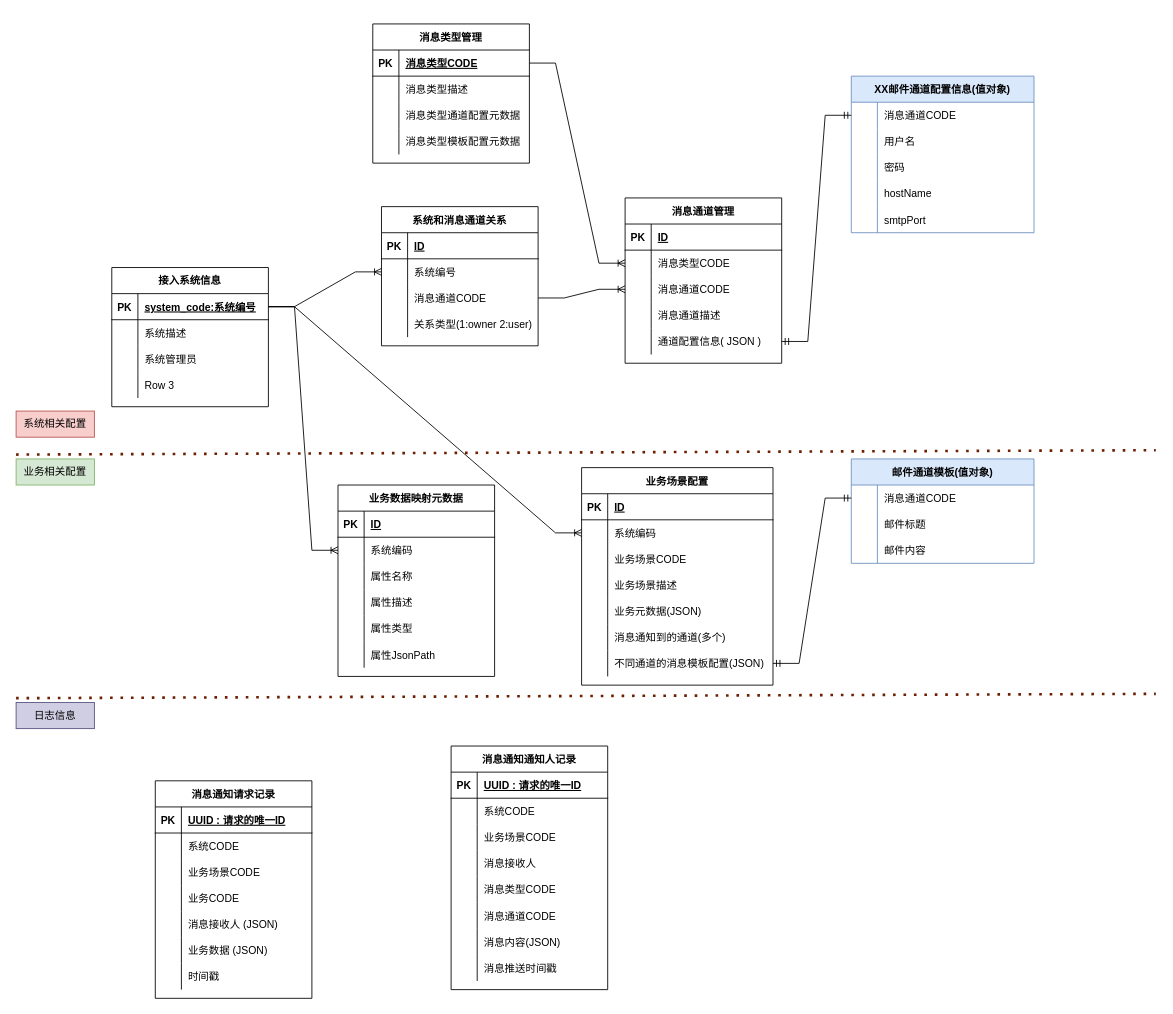
shixw/drawio-depository keeps this draw.io diagram as page "数据ER" (2 of 5) of 聚合消息通知平台.drawio. Above is the earlier version. Source tidied: cells renumbered, new cells numbered last; positions are measured from the earlier drawing's top-left corner, leaving out a move shared by most shapes. Both pictures are drawn from the tidied source at 87%, with x=0, y=0 at pixel (16, 23).
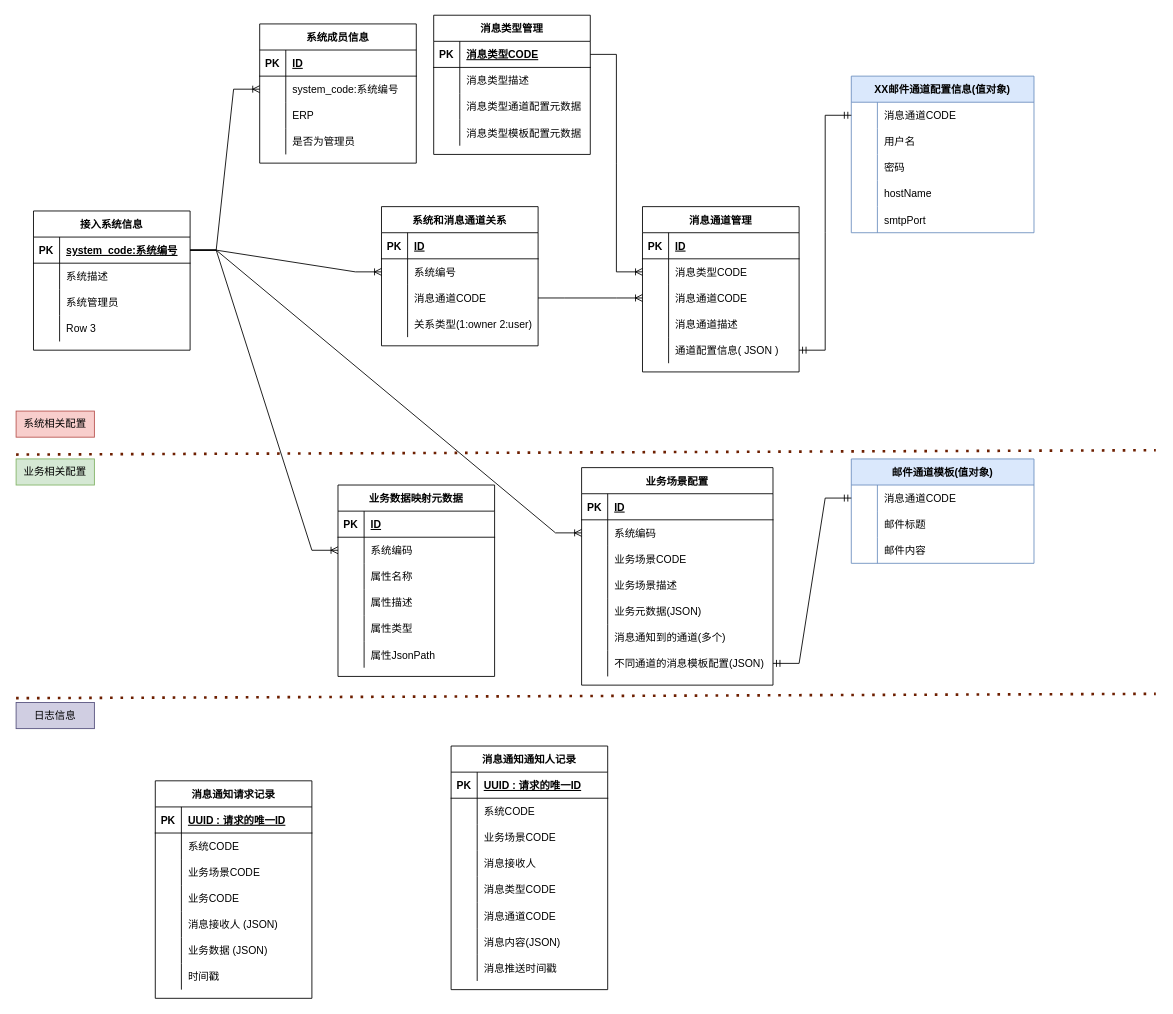
After the change.

Commit message:
更新聚合消息通知平台.drawio

Unchanged cells that the change refers to:
```xml
<mxCell id="3" style="shape=tableRow;horizontal=0;startSize=0;swimlaneHead=0;swimlaneBody=0;fillColor=none;points=[[0,0.5],[1,0.5]];portConstraint=eastwest;top=0;left=0;right=0;bottom=1;" parent="2" vertex="1">
  <mxGeometry y="30" width="180" height="30" as="geometry" />
</mxCell>
```

The edit, as a diff of the source:
```diff
@@
     <mxCell id="2" value="接入系统信息" style="shape=table;startSize=30;childLayout=tableLayout;rowLines=0;fontStyle=1;align=center;" parent="1" vertex="1">
-      <mxGeometry x="110" y="280" width="180" height="160" as="geometry" />
+      <mxGeometry x="20" y="215" width="180" height="160" as="geometry" />
     </mxCell>
@@
     <mxCell id="15" value="消息类型管理" style="shape=table;startSize=30;childLayout=tableLayout;rowLines=0;fontStyle=1;align=center;" parent="1" vertex="1">
-      <mxGeometry x="410" width="180" height="160" as="geometry" />
+      <mxGeometry x="480" y="-10" width="180" height="160" as="geometry" />
     </mxCell>
@@
     <mxCell id="31" value="消息通道管理" style="shape=table;startSize=30;childLayout=tableLayout;rowLines=0;fontStyle=1;align=center;" parent="1" vertex="1">
-      <mxGeometry x="700" y="200" width="180" height="190" as="geometry" />
+      <mxGeometry x="720" y="210" width="180" height="190" as="geometry" />
     </mxCell>
@@
+    <mxCell id="183" value="系统成员信息" style="shape=table;startSize=30;childLayout=tableLayout;rowLines=0;fontStyle=1;align=center;" parent="1" vertex="1">
+      <mxGeometry x="280" width="180" height="160" as="geometry" />
+    </mxCell>
+    <mxCell id="184" style="shape=tableRow;horizontal=0;startSize=0;swimlaneHead=0;swimlaneBody=0;fillColor=none;top=0;left=0;right=0;bottom=1;" parent="183" vertex="1">
+      <mxGeometry y="30" width="180" height="30" as="geometry" />
+    </mxCell>
+    <mxCell id="185" value="PK" style="shape=partialRectangle;fillColor=none;top=0;left=0;bottom=0;right=0;fontStyle=1;overflow=hidden;" parent="184" vertex="1">
+      <mxGeometry width="30" height="30" as="geometry" />
+    </mxCell>
+    <mxCell id="186" value="ID" style="shape=partialRectangle;fillColor=none;top=0;left=0;bottom=0;right=0;align=left;spacingLeft=6;fontStyle=5;overflow=hidden;" parent="184" vertex="1">
+      <mxGeometry x="30" width="150" height="30" as="geometry" />
+    </mxCell>
+    <mxCell id="187" style="shape=tableRow;horizontal=0;startSize=0;swimlaneHead=0;swimlaneBody=0;fillColor=none;points=[[0,0.5],[1,0.5]];portConstraint=eastwest;top=0;left=0;right=0;bottom=0;" parent="183" vertex="1">
+      <mxGeometry y="60" width="180" height="30" as="geometry" />
+    </mxCell>
+    <mxCell id="188" style="shape=partialRectangle;fillColor=none;top=0;left=0;bottom=0;right=0;overflow=hidden;" parent="187" vertex="1">
+      <mxGeometry width="30" height="30" as="geometry" />
+    </mxCell>
+    <mxCell id="189" value="system_code:系统编号" style="shape=partialRectangle;fillColor=none;top=0;left=0;bottom=0;right=0;align=left;spacingLeft=6;overflow=hidden;" parent="187" vertex="1">
+      <mxGeometry x="30" width="150" height="30" as="geometry" />
+    </mxCell>
+    <mxCell id="190" style="shape=tableRow;horizontal=0;startSize=0;swimlaneHead=0;swimlaneBody=0;fillColor=none;top=0;left=0;right=0;bottom=0;" parent="183" vertex="1">
+      <mxGeometry y="90" width="180" height="30" as="geometry" />
+    </mxCell>
+    <mxCell id="191" style="shape=partialRectangle;fillColor=none;top=0;left=0;bottom=0;right=0;overflow=hidden;" parent="190" vertex="1">
+      <mxGeometry width="30" height="30" as="geometry" />
+    </mxCell>
+    <mxCell id="192" value="ERP" style="shape=partialRectangle;fillColor=none;top=0;left=0;bottom=0;right=0;align=left;spacingLeft=6;overflow=hidden;" parent="190" vertex="1">
+      <mxGeometry x="30" width="150" height="30" as="geometry" />
+    </mxCell>
+    <mxCell id="193" style="shape=tableRow;horizontal=0;startSize=0;swimlaneHead=0;swimlaneBody=0;fillColor=none;top=0;left=0;right=0;bottom=0;" parent="183" vertex="1">
+      <mxGeometry y="120" width="180" height="30" as="geometry" />
+    </mxCell>
+    <mxCell id="194" style="shape=partialRectangle;fillColor=none;top=0;left=0;bottom=0;right=0;overflow=hidden;" parent="193" vertex="1">
+      <mxGeometry width="30" height="30" as="geometry" />
+    </mxCell>
+    <mxCell id="195" value="是否为管理员" style="shape=partialRectangle;fillColor=none;top=0;left=0;bottom=0;right=0;align=left;spacingLeft=6;overflow=hidden;" parent="193" vertex="1">
+      <mxGeometry x="30" width="150" height="30" as="geometry" />
+    </mxCell>
+    <mxCell id="196" style="edgeStyle=entityRelationEdgeStyle;fontSize=12;html=1;endArrow=ERoneToMany;rounded=0;exitX=1;exitY=0.5;exitDx=0;exitDy=0;entryX=0;entryY=0.5;entryDx=0;entryDy=0;" parent="1" edge="1" source="3" target="187">
+      <mxGeometry relative="1" as="geometry" />
+    </mxCell>
```
